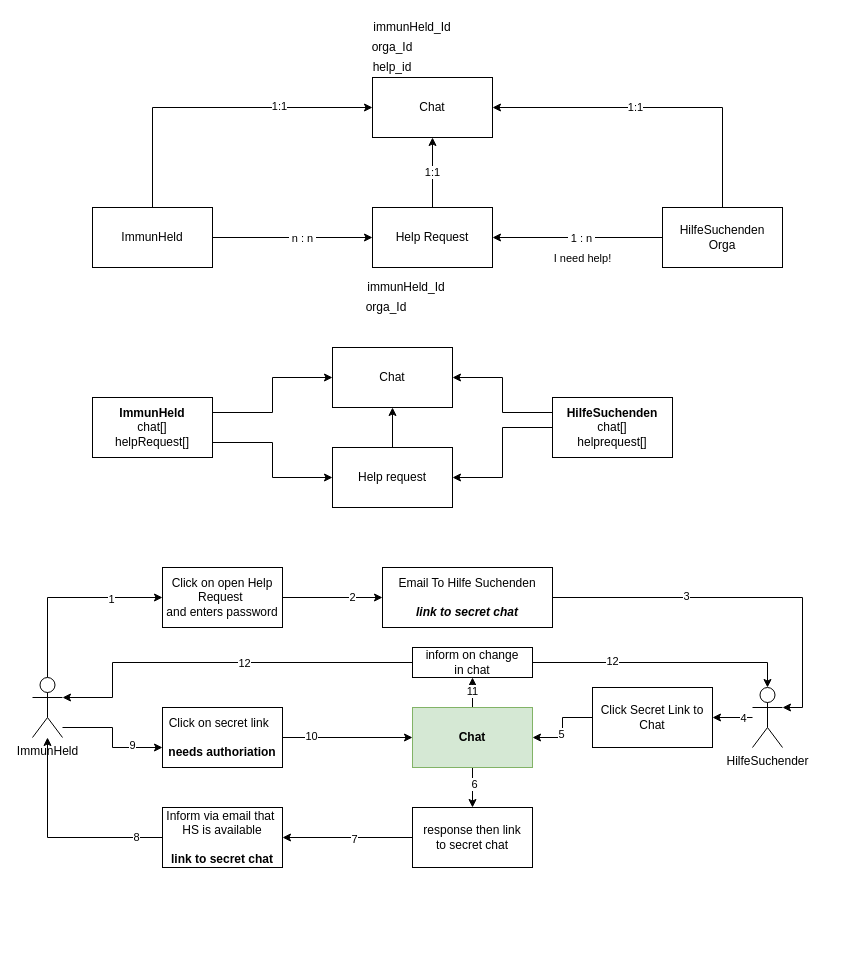
Earlier version of the draw.io diagram Untitled Diagram.drawio (weliveindetail/ImmunHelden.de). Source tidied: cells renumbered, new cells numbered last; positions are measured from the earlier drawing's top-left corner, leaving out a move shared by most shapes. Both pictures are drawn from the tidied source at 100%, with x=0, y=0 at pixel (32, 17).
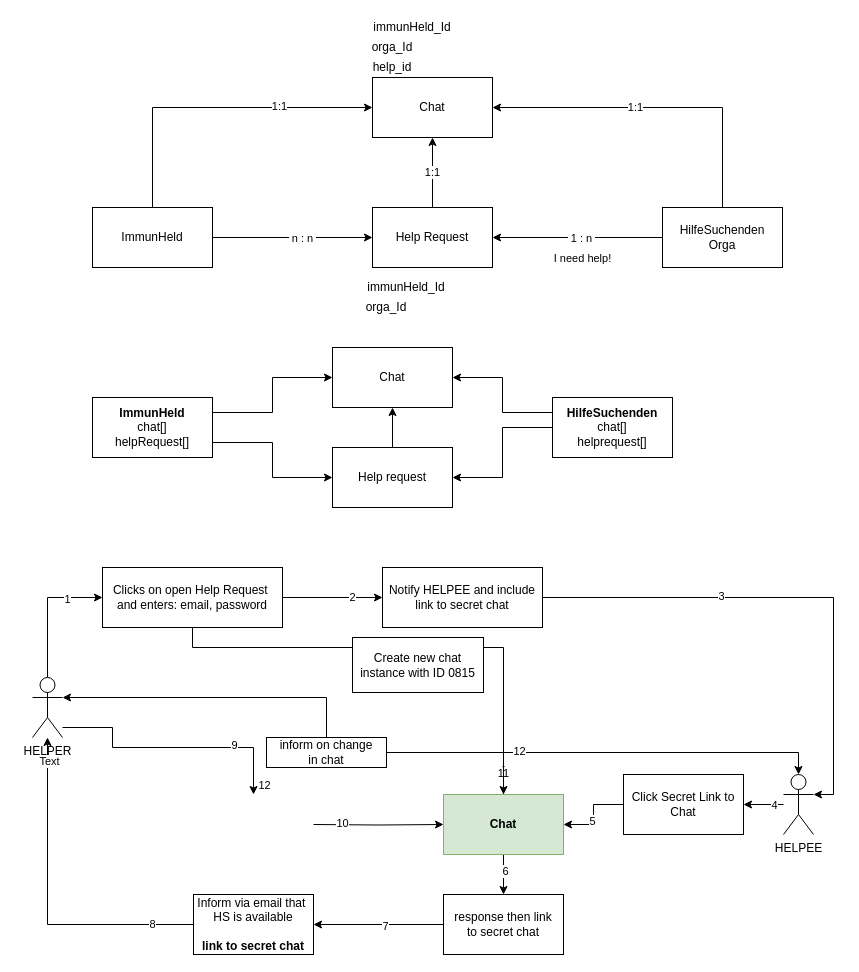
Above is the later version.

The change refers to these unchanged cells:
```xml
<mxCell id="56" style="edgeStyle=orthogonalEdgeStyle;rounded=0;jettySize=auto;html=1;" parent="1" edge="1" source="58" target="46">
  <mxGeometry relative="1" as="geometry" />
</mxCell>
```

Change to the diagram source:
```diff
@@
     <mxCell id="35" value="response then link&lt;br&gt;to secret chat" style="rounded=0;whiteSpace=wrap;html=1;" parent="1" vertex="1">
-      <mxGeometry x="380" y="790" width="120" height="60" as="geometry" />
+      <mxGeometry x="411" y="877" width="120" height="60" as="geometry" />
     </mxCell>
@@
-    <mxCell id="38" value="Email To Hilfe Suchenden&lt;br&gt;&lt;br&gt;&lt;i&gt;&lt;b&gt;link to secret chat&lt;/b&gt;&lt;/i&gt;" style="rounded=0;whiteSpace=wrap;html=1;" parent="1" vertex="1">
-      <mxGeometry x="350" y="550" width="170" height="60" as="geometry" />
+    <mxCell id="38" value="Notify HELPEE and include link to secret chat" style="rounded=0;whiteSpace=wrap;html=1;" parent="1" vertex="1">
+      <mxGeometry x="350" y="550" width="160" height="60" as="geometry" />
     </mxCell>
-    <mxCell id="39" style="edgeStyle=orthogonalEdgeStyle;rounded=0;jettySize=auto;html=1;entryX=0.5;entryY=1;entryDx=0;entryDy=0;" parent="1" edge="1" source="41" target="66">
-      <mxGeometry relative="1" as="geometry" />
+    <mxCell id="39" style="edgeStyle=orthogonalEdgeStyle;rounded=0;jettySize=auto;html=1;entryX=0.5;entryY=1;entryDx=0;entryDy=0;" parent="1" edge="1" source="41">
+      <mxGeometry relative="1" as="geometry">
+        <mxPoint x="471" y="747" as="targetPoint" />
+      </mxGeometry>
     </mxCell>
@@
     <mxCell id="41" value="Chat" style="rounded=0;whiteSpace=wrap;html=1;fontStyle=1;fillColor=#d5e8d4;strokeColor=#82b366;" parent="1" vertex="1">
-      <mxGeometry x="380" y="690" width="120" height="60" as="geometry" />
+      <mxGeometry x="411" y="777" width="120" height="60" as="geometry" />
     </mxCell>
@@
-    <mxCell id="44" style="edgeStyle=orthogonalEdgeStyle;rounded=0;jettySize=auto;html=1;" parent="1" edge="1" source="46" target="61">
+    <mxCell id="44" style="edgeStyle=orthogonalEdgeStyle;rounded=0;jettySize=auto;html=1;" parent="1" edge="1" source="46">
       <mxGeometry relative="1" as="geometry">
+        <mxPoint x="221" y="777" as="targetPoint" />
         <Array as="points">
           <mxPoint x="80" y="710" />
           <mxPoint x="80" y="730" />
         </Array>
       </mxGeometry>
     </mxCell>
@@
-    <mxCell id="46" value="ImmunHeld" style="shape=umlActor;verticalLabelPosition=bottom;labelBackgroundColor=#ffffff;verticalAlign=top;html=1;outlineConnect=0;" parent="1" vertex="1">
+    <mxCell id="46" value="&lt;div&gt;HELPER&lt;/div&gt;" style="shape=umlActor;verticalLabelPosition=bottom;labelBackgroundColor=#ffffff;verticalAlign=top;html=1;outlineConnect=0;" parent="1" vertex="1">
       <mxGeometry y="660" width="30" height="60" as="geometry" />
     </mxCell>
@@
-    <mxCell id="49" value="HilfeSuchender" style="shape=umlActor;verticalLabelPosition=bottom;labelBackgroundColor=#ffffff;verticalAlign=top;html=1;outlineConnect=0;" parent="1" vertex="1">
-      <mxGeometry x="720" y="670" width="30" height="60" as="geometry" />
+    <mxCell id="49" value="HELPEE" style="shape=umlActor;verticalLabelPosition=bottom;labelBackgroundColor=#ffffff;verticalAlign=top;html=1;outlineConnect=0;" parent="1" vertex="1">
+      <mxGeometry x="751" y="757" width="30" height="60" as="geometry" />
     </mxCell>
@@
+    <mxCell id="67" style="edgeStyle=orthogonalEdgeStyle;rounded=0;jettySize=auto;html=1;exitX=0.5;exitY=1;exitDx=0;exitDy=0;entryX=0.5;entryY=0;entryDx=0;entryDy=0;" parent="1" edge="1" source="52" target="41">
+      <mxGeometry relative="1" as="geometry">
+        <Array as="points">
+          <mxPoint x="160" y="630" />
+          <mxPoint x="471" y="630" />
+        </Array>
+      </mxGeometry>
+    </mxCell>
-    <mxCell id="52" value="Click on open Help Request&amp;nbsp;&lt;br&gt;and enters password" style="rounded=0;whiteSpace=wrap;html=1;" parent="1" vertex="1">
-      <mxGeometry x="130" y="550" width="120" height="60" as="geometry" />
+    <mxCell id="52" value="Clicks on open Help Request&amp;nbsp;&lt;br&gt;&lt;div&gt;and enters: email, password&lt;/div&gt;" style="rounded=0;whiteSpace=wrap;html=1;" parent="1" vertex="1">
+      <mxGeometry x="70" y="550" width="180" height="60" as="geometry" />
     </mxCell>
@@
     <mxCell id="55" value="Click Secret Link to Chat" style="rounded=0;whiteSpace=wrap;html=1;" parent="1" vertex="1">
-      <mxGeometry x="560" y="670" width="120" height="60" as="geometry" />
+      <mxGeometry x="591" y="757" width="120" height="60" as="geometry" />
     </mxCell>
@@
+    <mxCell id="68" value="Text" style="edgeLabel;html=1;align=center;verticalAlign=middle;" parent="56" vertex="1">
+      <mxGeometry x="0.86" y="-1" relative="1" as="geometry" />
+    </mxCell>
     <mxCell id="58" value="Inform via email that&amp;nbsp;&lt;br&gt;HS is available&lt;br&gt;&lt;br&gt;&lt;b&gt;link to secret chat&lt;/b&gt;" style="rounded=0;whiteSpace=wrap;html=1;" parent="1" vertex="1">
-      <mxGeometry x="130" y="790" width="120" height="60" as="geometry" />
+      <mxGeometry x="161" y="877" width="120" height="60" as="geometry" />
     </mxCell>
-    <mxCell id="59" style="edgeStyle=orthogonalEdgeStyle;rounded=0;jettySize=auto;html=1;" parent="1" edge="1" source="61" target="41">
-      <mxGeometry relative="1" as="geometry" />
+    <mxCell id="59" style="edgeStyle=orthogonalEdgeStyle;rounded=0;jettySize=auto;html=1;" parent="1" edge="1" target="41">
+      <mxGeometry relative="1" as="geometry">
+        <mxPoint x="281" y="807" as="sourcePoint" />
+      </mxGeometry>
     </mxCell>
@@
-    <mxCell id="61" value="Click on secret link&amp;nbsp;&amp;nbsp;&lt;br&gt;&lt;br&gt;&lt;b&gt;needs authoriation&lt;/b&gt;" style="rounded=0;whiteSpace=wrap;html=1;" parent="1" vertex="1">
-      <mxGeometry x="130" y="690" width="120" height="60" as="geometry" />
-    </mxCell>
     <mxCell id="62" style="edgeStyle=orthogonalEdgeStyle;rounded=0;jettySize=auto;html=1;entryX=1;entryY=0.3333333333333333;entryDx=0;entryDy=0;entryPerimeter=0;" parent="1" edge="1" source="66" target="46">
       <mxGeometry relative="1" as="geometry">
         <Array as="points">
-          <mxPoint x="80" y="645" />
-          <mxPoint x="80" y="680" />
+          <mxPoint x="294" y="680" />
         </Array>
       </mxGeometry>
     </mxCell>
     <mxCell id="63" value="12" style="edgeLabel;html=1;align=center;verticalAlign=middle;" parent="62" vertex="1">
-      <mxGeometry x="-0.12" relative="1" as="geometry" />
+      <mxGeometry x="-0.12" relative="1" as="geometry">
+        <mxPoint x="31" y="87" as="offset" />
+      </mxGeometry>
     </mxCell>
-    <mxCell id="64" style="edgeStyle=orthogonalEdgeStyle;rounded=0;jettySize=auto;html=1;entryX=0.5;entryY=0;entryDx=0;entryDy=0;entryPerimeter=0;" parent="1" edge="1" source="66" target="49">
+    <mxCell id="64" style="edgeStyle=orthogonalEdgeStyle;rounded=0;jettySize=auto;html=1;entryX=0.5;entryY=0;entryDx=0;entryDy=0;entryPerimeter=0;exitX=1;exitY=0.5;exitDx=0;exitDy=0;" parent="1" edge="1" source="66" target="49">
       <mxGeometry relative="1" as="geometry" />
     </mxCell>
@@
     <mxCell id="66" value="inform on change&lt;br&gt;in chat" style="rounded=0;whiteSpace=wrap;html=1;" parent="1" vertex="1">
-      <mxGeometry x="380" y="630" width="120" height="30" as="geometry" />
+      <mxGeometry x="234" y="720" width="120" height="30" as="geometry" />
     </mxCell>
+    <mxCell id="69" value="Create new chat instance with ID 0815" style="rounded=0;whiteSpace=wrap;html=1;" parent="1" vertex="1">
+      <mxGeometry x="320" y="620" width="131" height="55" as="geometry" />
+    </mxCell>
```
